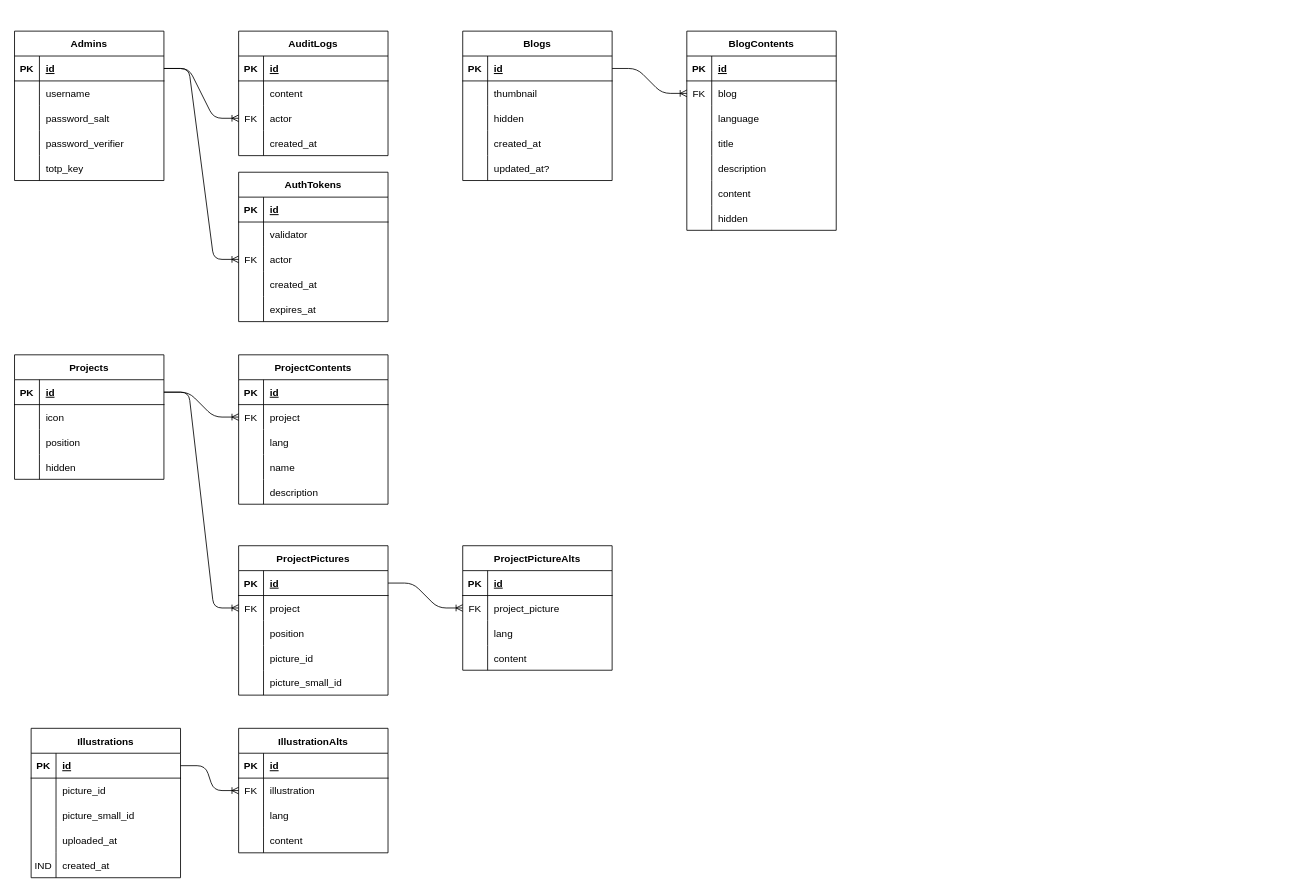
Above: resources/db-schema.drawio in RobotoSkunk/rs-web-server (draw.io), before the change. Source tidied: cells renumbered, new cells numbered last; positions are measured from the earlier drawing's top-left corner, leaving out a move shared by most shapes. Both pictures are drawn from the tidied source at 83%, with x=0, y=0 at pixel (14, 31).
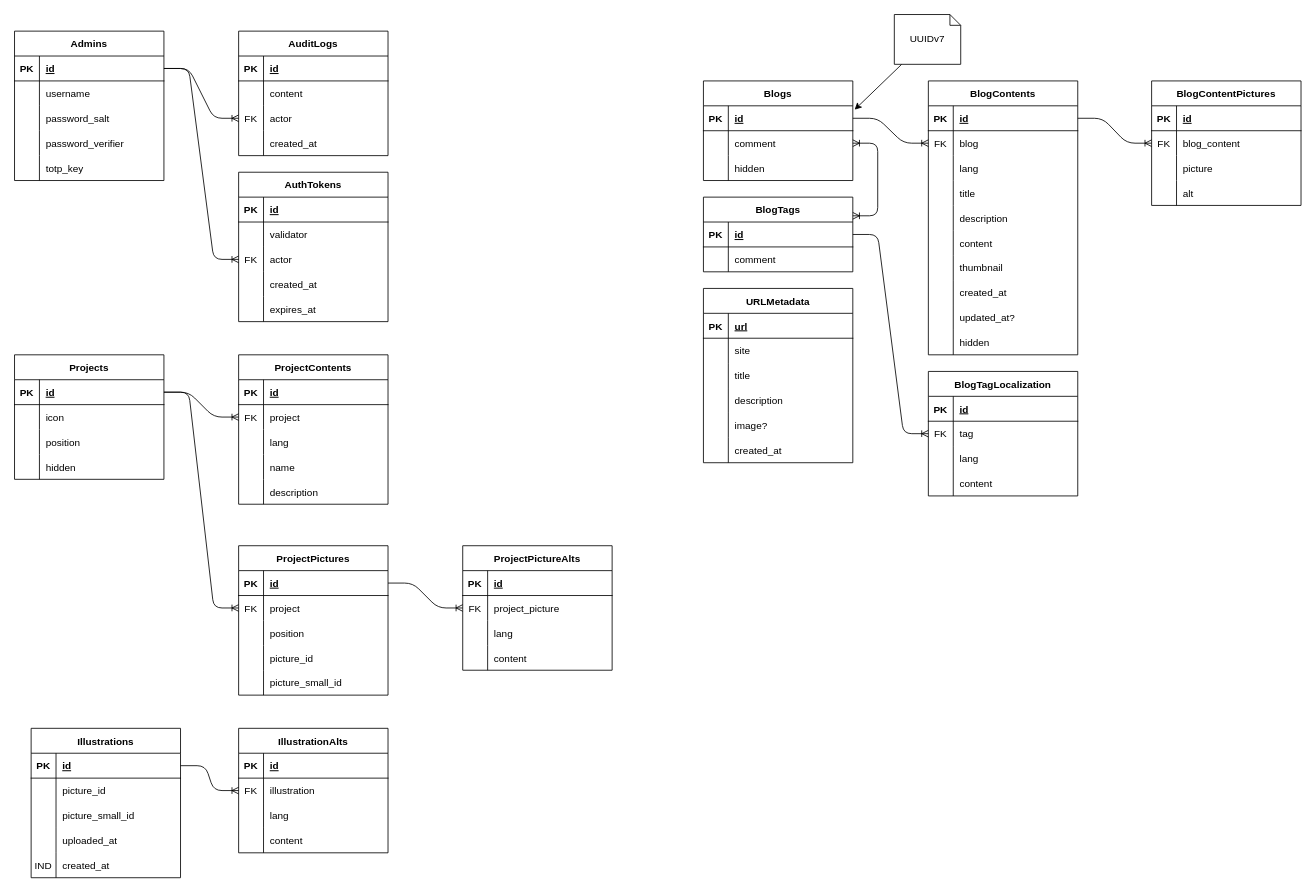
The same diagram, later.

Commit message:
Added a blogging system to the database schema drawio project

Unchanged cells that the change refers to:
```xml
<mxCell id="50" style="shape=tableRow;horizontal=0;startSize=0;swimlaneHead=0;swimlaneBody=0;fillColor=none;points=[[0,0.5],[1,0.5]];portConstraint=eastwest;top=0;left=0;right=0;bottom=1;" parent="49" vertex="1">
  <mxGeometry y="30" width="180" height="30" as="geometry" />
</mxCell>
<mxCell id="53" style="shape=tableRow;horizontal=0;startSize=0;swimlaneHead=0;swimlaneBody=0;fillColor=none;points=[[0,0.5],[1,0.5]];portConstraint=eastwest;top=0;left=0;right=0;bottom=0;" parent="49" vertex="1">
  <mxGeometry y="60" width="180" height="30" as="geometry" />
</mxCell>
<mxCell id="66" style="shape=tableRow;horizontal=0;startSize=0;swimlaneHead=0;swimlaneBody=0;fillColor=none;points=[[0,0.5],[1,0.5]];portConstraint=eastwest;top=0;left=0;right=0;bottom=1;" parent="65" vertex="1">
  <mxGeometry y="30" width="180" height="30" as="geometry" />
</mxCell>
<mxCell id="72" style="shape=tableRow;horizontal=0;startSize=0;swimlaneHead=0;swimlaneBody=0;fillColor=none;top=0;left=0;right=0;bottom=0;" parent="65" vertex="1">
  <mxGeometry y="90" width="180" height="30" as="geometry" />
</mxCell>
```

Diff of the diagram source:
```diff
@@
     <mxCell id="49" value="Blogs" style="shape=table;startSize=30;childLayout=tableLayout;rowLines=0;fontStyle=1;align=center;" parent="1" vertex="1">
-      <mxGeometry x="540" width="180" height="180" as="geometry" />
+      <mxGeometry x="830" y="60" width="180" height="120" as="geometry" />
     </mxCell>
@@
-    <mxCell id="55" value="thumbnail" style="shape=partialRectangle;fillColor=none;top=0;left=0;bottom=0;right=0;align=left;spacingLeft=6;overflow=hidden;" parent="53" vertex="1">
+    <mxCell id="55" value="comment" style="shape=partialRectangle;fillColor=none;top=0;left=0;bottom=0;right=0;align=left;spacingLeft=6;overflow=hidden;" parent="53" vertex="1">
       <mxGeometry x="30" width="150" height="30" as="geometry" />
     </mxCell>
@@
-    <mxCell id="59" style="shape=tableRow;horizontal=0;startSize=0;swimlaneHead=0;swimlaneBody=0;fillColor=none;top=0;left=0;right=0;bottom=0;" parent="49" vertex="1">
-      <mxGeometry y="120" width="180" height="30" as="geometry" />
-    </mxCell>
-    <mxCell id="60" style="shape=partialRectangle;fillColor=none;top=0;left=0;bottom=0;right=0;overflow=hidden;" parent="59" vertex="1">
-      <mxGeometry width="30" height="30" as="geometry" />
-    </mxCell>
-    <mxCell id="61" value="created_at" style="shape=partialRectangle;fillColor=none;top=0;left=0;bottom=0;right=0;align=left;spacingLeft=6;overflow=hidden;" parent="59" vertex="1">
-      <mxGeometry x="30" width="150" height="30" as="geometry" />
-    </mxCell>
-    <mxCell id="62" style="shape=tableRow;horizontal=0;startSize=0;swimlaneHead=0;swimlaneBody=0;fillColor=none;top=0;left=0;right=0;bottom=0;" parent="49" vertex="1">
-      <mxGeometry y="150" width="180" height="30" as="geometry" />
-    </mxCell>
-    <mxCell id="63" style="shape=partialRectangle;fillColor=none;top=0;left=0;bottom=0;right=0;overflow=hidden;" parent="62" vertex="1">
-      <mxGeometry width="30" height="30" as="geometry" />
-    </mxCell>
-    <mxCell id="64" value="updated_at?" style="shape=partialRectangle;fillColor=none;top=0;left=0;bottom=0;right=0;align=left;spacingLeft=6;overflow=hidden;" parent="62" vertex="1">
-      <mxGeometry x="30" width="150" height="30" as="geometry" />
-    </mxCell>
     <mxCell id="65" value="BlogContents" style="shape=table;startSize=30;childLayout=tableLayout;rowLines=0;fontStyle=1;align=center;" parent="1" vertex="1">
-      <mxGeometry x="810" width="180" height="240" as="geometry" />
+      <mxGeometry x="1101" y="60" width="180" height="330" as="geometry" />
     </mxCell>
@@
-    <mxCell id="74" value="language" style="shape=partialRectangle;fillColor=none;top=0;left=0;bottom=0;right=0;align=left;spacingLeft=6;overflow=hidden;" parent="72" vertex="1">
+    <mxCell id="74" value="lang" style="shape=partialRectangle;fillColor=none;top=0;left=0;bottom=0;right=0;align=left;spacingLeft=6;overflow=hidden;" parent="72" vertex="1">
       <mxGeometry x="30" width="150" height="30" as="geometry" />
     </mxCell>
@@
+    <mxCell id="179" style="shape=tableRow;horizontal=0;startSize=0;swimlaneHead=0;swimlaneBody=0;fillColor=none;top=0;left=0;right=0;bottom=0;" parent="65" vertex="1">
+      <mxGeometry y="210" width="180" height="30" as="geometry" />
+    </mxCell>
+    <mxCell id="180" style="shape=partialRectangle;fillColor=none;top=0;left=0;bottom=0;right=0;overflow=hidden;" parent="179" vertex="1">
+      <mxGeometry width="30" height="30" as="geometry" />
+    </mxCell>
+    <mxCell id="181" value="thumbnail" style="shape=partialRectangle;fillColor=none;top=0;left=0;bottom=0;right=0;align=left;spacingLeft=6;overflow=hidden;" parent="179" vertex="1">
+      <mxGeometry x="30" width="150" height="30" as="geometry" />
+    </mxCell>
     <mxCell id="84" style="shape=tableRow;horizontal=0;startSize=0;swimlaneHead=0;swimlaneBody=0;fillColor=none;top=0;left=0;right=0;bottom=0;" parent="65" vertex="1">
-      <mxGeometry y="210" width="180" height="30" as="geometry" />
+      <mxGeometry y="240" width="180" height="30" as="geometry" />
     </mxCell>
@@
-    <mxCell id="86" value="hidden" style="shape=partialRectangle;fillColor=none;top=0;left=0;bottom=0;right=0;align=left;spacingLeft=6;overflow=hidden;" parent="84" vertex="1">
+    <mxCell id="86" value="created_at" style="shape=partialRectangle;fillColor=none;top=0;left=0;bottom=0;right=0;align=left;spacingLeft=6;overflow=hidden;" parent="84" vertex="1">
       <mxGeometry x="30" width="150" height="30" as="geometry" />
     </mxCell>
+    <mxCell id="182" style="shape=tableRow;horizontal=0;startSize=0;swimlaneHead=0;swimlaneBody=0;fillColor=none;top=0;left=0;right=0;bottom=0;" parent="65" vertex="1">
+      <mxGeometry y="270" width="180" height="30" as="geometry" />
+    </mxCell>
+    <mxCell id="183" style="shape=partialRectangle;fillColor=none;top=0;left=0;bottom=0;right=0;overflow=hidden;" parent="182" vertex="1">
+      <mxGeometry width="30" height="30" as="geometry" />
+    </mxCell>
+    <mxCell id="64" value="updated_at?" style="shape=partialRectangle;fillColor=none;top=0;left=0;bottom=0;right=0;align=left;spacingLeft=6;overflow=hidden;" parent="182" vertex="1">
+      <mxGeometry x="30" width="150" height="30" as="geometry" />
+    </mxCell>
+    <mxCell id="184" style="shape=tableRow;horizontal=0;startSize=0;swimlaneHead=0;swimlaneBody=0;fillColor=none;top=0;left=0;right=0;bottom=0;" parent="65" vertex="1">
+      <mxGeometry y="300" width="180" height="30" as="geometry" />
+    </mxCell>
+    <mxCell id="185" style="shape=partialRectangle;fillColor=none;top=0;left=0;bottom=0;right=0;overflow=hidden;" parent="184" vertex="1">
+      <mxGeometry width="30" height="30" as="geometry" />
+    </mxCell>
+    <mxCell id="186" value="hidden" style="shape=partialRectangle;fillColor=none;top=0;left=0;bottom=0;right=0;align=left;spacingLeft=6;overflow=hidden;" parent="184" vertex="1">
+      <mxGeometry x="30" width="150" height="30" as="geometry" />
+    </mxCell>
@@
+    <mxCell id="187" value="URLMetadata" style="shape=table;startSize=30;childLayout=tableLayout;rowLines=0;fontStyle=1;align=center;" parent="1" vertex="1">
+      <mxGeometry x="830" y="310" width="180" height="210" as="geometry" />
+    </mxCell>
+    <mxCell id="188" style="shape=tableRow;horizontal=0;startSize=0;swimlaneHead=0;swimlaneBody=0;fillColor=none;top=0;left=0;right=0;bottom=1;" parent="187" vertex="1">
+      <mxGeometry y="30" width="180" height="30" as="geometry" />
+    </mxCell>
+    <mxCell id="189" value="PK" style="shape=partialRectangle;fillColor=none;top=0;left=0;bottom=0;right=0;fontStyle=1;overflow=hidden;" parent="188" vertex="1">
+      <mxGeometry width="30" height="30" as="geometry" />
+    </mxCell>
+    <mxCell id="190" value="url" style="shape=partialRectangle;fillColor=none;top=0;left=0;bottom=0;right=0;align=left;spacingLeft=6;fontStyle=5;overflow=hidden;" parent="188" vertex="1">
+      <mxGeometry x="30" width="150" height="30" as="geometry" />
+    </mxCell>
+    <mxCell id="191" style="shape=tableRow;horizontal=0;startSize=0;swimlaneHead=0;swimlaneBody=0;fillColor=none;top=0;left=0;right=0;bottom=0;" parent="187" vertex="1">
+      <mxGeometry y="60" width="180" height="30" as="geometry" />
+    </mxCell>
+    <mxCell id="192" style="shape=partialRectangle;fillColor=none;top=0;left=0;bottom=0;right=0;overflow=hidden;" parent="191" vertex="1">
+      <mxGeometry width="30" height="30" as="geometry" />
+    </mxCell>
+    <mxCell id="193" value="site" style="shape=partialRectangle;fillColor=none;top=0;left=0;bottom=0;right=0;align=left;spacingLeft=6;overflow=hidden;" parent="191" vertex="1">
+      <mxGeometry x="30" width="150" height="30" as="geometry" />
+    </mxCell>
+    <mxCell id="194" style="shape=tableRow;horizontal=0;startSize=0;swimlaneHead=0;swimlaneBody=0;fillColor=none;top=0;left=0;right=0;bottom=0;" parent="187" vertex="1">
+      <mxGeometry y="90" width="180" height="30" as="geometry" />
+    </mxCell>
+    <mxCell id="195" style="shape=partialRectangle;fillColor=none;top=0;left=0;bottom=0;right=0;overflow=hidden;" parent="194" vertex="1">
+      <mxGeometry width="30" height="30" as="geometry" />
+    </mxCell>
+    <mxCell id="196" value="title" style="shape=partialRectangle;fillColor=none;top=0;left=0;bottom=0;right=0;align=left;spacingLeft=6;overflow=hidden;" parent="194" vertex="1">
+      <mxGeometry x="30" width="150" height="30" as="geometry" />
+    </mxCell>
+    <mxCell id="197" style="shape=tableRow;horizontal=0;startSize=0;swimlaneHead=0;swimlaneBody=0;fillColor=none;top=0;left=0;right=0;bottom=0;" parent="187" vertex="1">
+      <mxGeometry y="120" width="180" height="30" as="geometry" />
+    </mxCell>
+    <mxCell id="198" style="shape=partialRectangle;fillColor=none;top=0;left=0;bottom=0;right=0;overflow=hidden;" parent="197" vertex="1">
+      <mxGeometry width="30" height="30" as="geometry" />
+    </mxCell>
+    <mxCell id="199" value="description" style="shape=partialRectangle;fillColor=none;top=0;left=0;bottom=0;right=0;align=left;spacingLeft=6;overflow=hidden;" parent="197" vertex="1">
+      <mxGeometry x="30" width="150" height="30" as="geometry" />
+    </mxCell>
+    <mxCell id="62" style="shape=tableRow;horizontal=0;startSize=0;swimlaneHead=0;swimlaneBody=0;fillColor=none;top=0;left=0;right=0;bottom=0;" parent="187" vertex="1">
+      <mxGeometry y="150" width="180" height="30" as="geometry" />
+    </mxCell>
+    <mxCell id="200" style="shape=partialRectangle;fillColor=none;top=0;left=0;bottom=0;right=0;overflow=hidden;" parent="62" vertex="1">
+      <mxGeometry width="30" height="30" as="geometry" />
+    </mxCell>
+    <mxCell id="201" value="image?" style="shape=partialRectangle;fillColor=none;top=0;left=0;bottom=0;right=0;align=left;spacingLeft=6;overflow=hidden;" parent="62" vertex="1">
+      <mxGeometry x="30" width="150" height="30" as="geometry" />
+    </mxCell>
+    <mxCell id="202" style="shape=tableRow;horizontal=0;startSize=0;swimlaneHead=0;swimlaneBody=0;fillColor=none;top=0;left=0;right=0;bottom=0;" parent="187" vertex="1">
+      <mxGeometry y="180" width="180" height="30" as="geometry" />
+    </mxCell>
+    <mxCell id="203" style="shape=partialRectangle;fillColor=none;top=0;left=0;bottom=0;right=0;overflow=hidden;" parent="202" vertex="1">
+      <mxGeometry width="30" height="30" as="geometry" />
+    </mxCell>
+    <mxCell id="61" value="created_at" style="shape=partialRectangle;fillColor=none;top=0;left=0;bottom=0;right=0;align=left;spacingLeft=6;overflow=hidden;" parent="202" vertex="1">
+      <mxGeometry x="30" width="150" height="30" as="geometry" />
+    </mxCell>
+    <mxCell id="204" value="BlogContentPictures" style="shape=table;startSize=30;childLayout=tableLayout;rowLines=0;fontStyle=1;align=center;" parent="1" vertex="1">
+      <mxGeometry x="1370" y="60" width="180" height="150" as="geometry" />
+    </mxCell>
+    <mxCell id="205" style="shape=tableRow;horizontal=0;startSize=0;swimlaneHead=0;swimlaneBody=0;fillColor=none;top=0;left=0;right=0;bottom=1;" parent="204" vertex="1">
+      <mxGeometry y="30" width="180" height="30" as="geometry" />
+    </mxCell>
+    <mxCell id="206" value="PK" style="shape=partialRectangle;fillColor=none;top=0;left=0;bottom=0;right=0;fontStyle=1;overflow=hidden;" parent="205" vertex="1">
+      <mxGeometry width="30" height="30" as="geometry" />
+    </mxCell>
+    <mxCell id="207" value="id" style="shape=partialRectangle;fillColor=none;top=0;left=0;bottom=0;right=0;align=left;spacingLeft=6;fontStyle=5;overflow=hidden;" parent="205" vertex="1">
+      <mxGeometry x="30" width="150" height="30" as="geometry" />
+    </mxCell>
+    <mxCell id="208" style="shape=tableRow;horizontal=0;startSize=0;swimlaneHead=0;swimlaneBody=0;fillColor=none;points=[[0,0.5],[1,0.5]];portConstraint=eastwest;top=0;left=0;right=0;bottom=0;" parent="204" vertex="1">
+      <mxGeometry y="60" width="180" height="30" as="geometry" />
+    </mxCell>
+    <mxCell id="209" value="FK" style="shape=partialRectangle;fillColor=none;top=0;left=0;bottom=0;right=0;overflow=hidden;" parent="208" vertex="1">
+      <mxGeometry width="30" height="30" as="geometry" />
+    </mxCell>
+    <mxCell id="210" value="blog_content" style="shape=partialRectangle;fillColor=none;top=0;left=0;bottom=0;right=0;align=left;spacingLeft=6;overflow=hidden;" parent="208" vertex="1">
+      <mxGeometry x="30" width="150" height="30" as="geometry" />
+    </mxCell>
+    <mxCell id="211" style="shape=tableRow;horizontal=0;startSize=0;swimlaneHead=0;swimlaneBody=0;fillColor=none;top=0;left=0;right=0;bottom=0;" parent="204" vertex="1">
+      <mxGeometry y="90" width="180" height="30" as="geometry" />
+    </mxCell>
+    <mxCell id="212" style="shape=partialRectangle;fillColor=none;top=0;left=0;bottom=0;right=0;overflow=hidden;" parent="211" vertex="1">
+      <mxGeometry width="30" height="30" as="geometry" />
+    </mxCell>
+    <mxCell id="213" value="picture" style="shape=partialRectangle;fillColor=none;top=0;left=0;bottom=0;right=0;align=left;spacingLeft=6;overflow=hidden;" parent="211" vertex="1">
+      <mxGeometry x="30" width="150" height="30" as="geometry" />
+    </mxCell>
+    <mxCell id="214" style="shape=tableRow;horizontal=0;startSize=0;swimlaneHead=0;swimlaneBody=0;fillColor=none;top=0;left=0;right=0;bottom=0;" parent="204" vertex="1">
+      <mxGeometry y="120" width="180" height="30" as="geometry" />
+    </mxCell>
+    <mxCell id="215" style="shape=partialRectangle;fillColor=none;top=0;left=0;bottom=0;right=0;overflow=hidden;" parent="214" vertex="1">
+      <mxGeometry width="30" height="30" as="geometry" />
+    </mxCell>
+    <mxCell id="216" value="alt" style="shape=partialRectangle;fillColor=none;top=0;left=0;bottom=0;right=0;align=left;spacingLeft=6;overflow=hidden;" parent="214" vertex="1">
+      <mxGeometry x="30" width="150" height="30" as="geometry" />
+    </mxCell>
+    <mxCell id="217" style="edgeStyle=entityRelationEdgeStyle;fontSize=12;html=1;endArrow=ERoneToMany;exitX=1;exitY=0.5;exitDx=0;exitDy=0;entryX=0;entryY=0.5;entryDx=0;entryDy=0;" parent="1" edge="1" source="66" target="208">
+      <mxGeometry relative="1" as="geometry" />
+    </mxCell>
+    <mxCell id="218" style="edgeStyle=none;html=1;entryX=1.012;entryY=0.156;entryDx=0;entryDy=0;entryPerimeter=0;" parent="1" edge="1" source="219" target="50">
+      <mxGeometry relative="1" as="geometry" />
+    </mxCell>
+    <mxCell id="219" value="UUIDv7" style="shape=note;size=13;whiteSpace=wrap;html=1;" parent="1" vertex="1">
+      <mxGeometry x="1060" y="-20" width="80" height="60" as="geometry" />
+    </mxCell>
+    <mxCell id="220" value="BlogTags" style="shape=table;startSize=30;childLayout=tableLayout;rowLines=0;fontStyle=1;align=center;" parent="1" vertex="1">
+      <mxGeometry x="830" y="200" width="180" height="90" as="geometry" />
+    </mxCell>
+    <mxCell id="221" style="shape=tableRow;horizontal=0;startSize=0;swimlaneHead=0;swimlaneBody=0;fillColor=none;points=[[0,0.5],[1,0.5]];portConstraint=eastwest;top=0;left=0;right=0;bottom=1;" parent="220" vertex="1">
+      <mxGeometry y="30" width="180" height="30" as="geometry" />
+    </mxCell>
+    <mxCell id="222" value="PK" style="shape=partialRectangle;fillColor=none;top=0;left=0;bottom=0;right=0;fontStyle=1;overflow=hidden;" parent="221" vertex="1">
+      <mxGeometry width="30" height="30" as="geometry" />
+    </mxCell>
+    <mxCell id="223" value="id" style="shape=partialRectangle;fillColor=none;top=0;left=0;bottom=0;right=0;align=left;spacingLeft=6;fontStyle=5;overflow=hidden;" parent="221" vertex="1">
+      <mxGeometry x="30" width="150" height="30" as="geometry" />
+    </mxCell>
+    <mxCell id="224" style="shape=tableRow;horizontal=0;startSize=0;swimlaneHead=0;swimlaneBody=0;fillColor=none;top=0;left=0;right=0;bottom=0;" parent="220" vertex="1">
+      <mxGeometry y="60" width="180" height="30" as="geometry" />
+    </mxCell>
+    <mxCell id="225" style="shape=partialRectangle;fillColor=none;top=0;left=0;bottom=0;right=0;overflow=hidden;" parent="224" vertex="1">
+      <mxGeometry width="30" height="30" as="geometry" />
+    </mxCell>
+    <mxCell id="226" value="comment" style="shape=partialRectangle;fillColor=none;top=0;left=0;bottom=0;right=0;align=left;spacingLeft=6;overflow=hidden;" parent="224" vertex="1">
+      <mxGeometry x="30" width="150" height="30" as="geometry" />
+    </mxCell>
+    <mxCell id="227" value="BlogTagLocalization" style="shape=table;startSize=30;childLayout=tableLayout;rowLines=0;fontStyle=1;align=center;" parent="1" vertex="1">
+      <mxGeometry x="1101" y="410" width="180" height="150" as="geometry" />
+    </mxCell>
+    <mxCell id="228" style="shape=tableRow;horizontal=0;startSize=0;swimlaneHead=0;swimlaneBody=0;fillColor=none;top=0;left=0;right=0;bottom=1;" parent="227" vertex="1">
+      <mxGeometry y="30" width="180" height="30" as="geometry" />
+    </mxCell>
+    <mxCell id="229" value="PK" style="shape=partialRectangle;fillColor=none;top=0;left=0;bottom=0;right=0;fontStyle=1;overflow=hidden;" parent="228" vertex="1">
+      <mxGeometry width="30" height="30" as="geometry" />
+    </mxCell>
+    <mxCell id="230" value="id" style="shape=partialRectangle;fillColor=none;top=0;left=0;bottom=0;right=0;align=left;spacingLeft=6;fontStyle=5;overflow=hidden;" parent="228" vertex="1">
+      <mxGeometry x="30" width="150" height="30" as="geometry" />
+    </mxCell>
+    <mxCell id="231" style="shape=tableRow;horizontal=0;startSize=0;swimlaneHead=0;swimlaneBody=0;fillColor=none;points=[[0,0.5],[1,0.5]];portConstraint=eastwest;top=0;left=0;right=0;bottom=0;" parent="227" vertex="1">
+      <mxGeometry y="60" width="180" height="30" as="geometry" />
+    </mxCell>
+    <mxCell id="232" value="FK" style="shape=partialRectangle;fillColor=none;top=0;left=0;bottom=0;right=0;overflow=hidden;" parent="231" vertex="1">
+      <mxGeometry width="30" height="30" as="geometry" />
+    </mxCell>
+    <mxCell id="233" value="tag" style="shape=partialRectangle;fillColor=none;top=0;left=0;bottom=0;right=0;align=left;spacingLeft=6;overflow=hidden;" parent="231" vertex="1">
+      <mxGeometry x="30" width="150" height="30" as="geometry" />
+    </mxCell>
+    <mxCell id="234" style="shape=tableRow;horizontal=0;startSize=0;swimlaneHead=0;swimlaneBody=0;fillColor=none;top=0;left=0;right=0;bottom=0;" parent="227" vertex="1">
+      <mxGeometry y="90" width="180" height="30" as="geometry" />
+    </mxCell>
+    <mxCell id="235" style="shape=partialRectangle;fillColor=none;top=0;left=0;bottom=0;right=0;overflow=hidden;" parent="234" vertex="1">
+      <mxGeometry width="30" height="30" as="geometry" />
+    </mxCell>
+    <mxCell id="236" value="lang" style="shape=partialRectangle;fillColor=none;top=0;left=0;bottom=0;right=0;align=left;spacingLeft=6;overflow=hidden;" parent="234" vertex="1">
+      <mxGeometry x="30" width="150" height="30" as="geometry" />
+    </mxCell>
+    <mxCell id="237" style="shape=tableRow;horizontal=0;startSize=0;swimlaneHead=0;swimlaneBody=0;fillColor=none;top=0;left=0;right=0;bottom=0;" parent="227" vertex="1">
+      <mxGeometry y="120" width="180" height="30" as="geometry" />
+    </mxCell>
+    <mxCell id="238" style="shape=partialRectangle;fillColor=none;top=0;left=0;bottom=0;right=0;overflow=hidden;" parent="237" vertex="1">
+      <mxGeometry width="30" height="30" as="geometry" />
+    </mxCell>
+    <mxCell id="239" value="content" style="shape=partialRectangle;fillColor=none;top=0;left=0;bottom=0;right=0;align=left;spacingLeft=6;overflow=hidden;" parent="237" vertex="1">
+      <mxGeometry x="30" width="150" height="30" as="geometry" />
+    </mxCell>
+    <mxCell id="240" style="edgeStyle=entityRelationEdgeStyle;fontSize=12;html=1;endArrow=ERoneToMany;exitX=1;exitY=0.5;exitDx=0;exitDy=0;entryX=0;entryY=0.5;entryDx=0;entryDy=0;" parent="1" edge="1" source="221" target="231">
+      <mxGeometry relative="1" as="geometry" />
+    </mxCell>
+    <mxCell id="241" style="edgeStyle=entityRelationEdgeStyle;fontSize=12;html=1;endArrow=ERoneToMany;exitX=1;exitY=0.5;exitDx=0;exitDy=0;entryX=1;entryY=0.25;entryDx=0;entryDy=0;startArrow=ERoneToMany;startFill=0;" parent="1" edge="1" source="53" target="220">
+      <mxGeometry relative="1" as="geometry" />
+    </mxCell>
```
